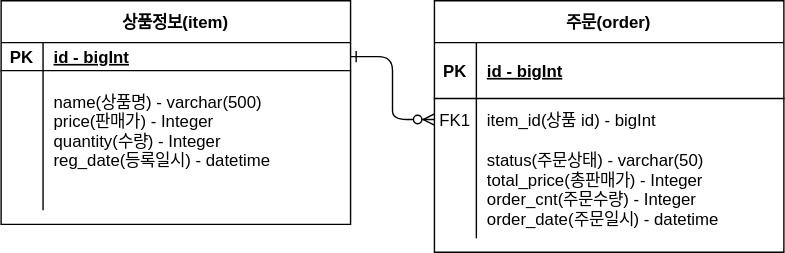
Above: document/#4 도메인설계하기.상품주문.svg in chaechaeyi/console_order_program (draw.io), before the change. Source tidied: cells renumbered, new cells last; positions are measured from the earlier drawing's top-left corner, leaving out a move shared by most shapes. Its diagram source:
```xml
<mxGraphModel>
  <root>
    <mxCell id="0" />
    <mxCell id="1" parent="0" />
    <mxCell id="2" style="edgeStyle=entityRelationEdgeStyle;endArrow=ERzeroToMany;startArrow=ERone;endFill=1;startFill=0;" parent="1" edge="1" source="14" target="7">
      <mxGeometry relative="1" as="geometry" />
    </mxCell>
    <mxCell id="3" value="주문(order)" style="shape=table;startSize=30;rowLines=0;fontStyle=1;align=center;" parent="1" vertex="1">
      <mxGeometry x="310" width="250" height="180" as="geometry" />
    </mxCell>
    <mxCell id="4" style="shape=partialRectangle;fillColor=none;top=0;left=0;right=0;bottom=1;" parent="3" vertex="1">
      <mxGeometry y="30" width="250" height="40" as="geometry" />
    </mxCell>
    <mxCell id="5" value="PK" style="shape=partialRectangle;overflow=hidden;fillColor=none;top=0;left=0;bottom=0;right=0;fontStyle=1;" parent="4" vertex="1">
      <mxGeometry width="30" height="40" as="geometry" />
    </mxCell>
    <mxCell id="6" value="id - bigInt" style="shape=partialRectangle;overflow=hidden;fillColor=none;top=0;left=0;bottom=0;right=0;align=left;spacingLeft=6;fontStyle=5;" parent="4" vertex="1">
      <mxGeometry x="30" width="220" height="40" as="geometry" />
    </mxCell>
    <mxCell id="7" style="shape=partialRectangle;fillColor=none;points=[[0,0.5],[1,0.5]];portConstraint=eastwest;top=0;left=0;right=0;bottom=0;" parent="3" vertex="1">
      <mxGeometry y="70" width="250" height="30" as="geometry" />
    </mxCell>
    <mxCell id="8" value="FK1" style="shape=partialRectangle;overflow=hidden;fillColor=none;top=0;left=0;bottom=0;right=0;" parent="7" vertex="1">
      <mxGeometry width="30" height="30" as="geometry" />
    </mxCell>
    <mxCell id="9" value="item_id(상품 id) - bigInt" style="shape=partialRectangle;overflow=hidden;fillColor=none;top=0;left=0;bottom=0;right=0;align=left;spacingLeft=6;" parent="7" vertex="1">
      <mxGeometry x="30" width="220" height="30" as="geometry" />
    </mxCell>
    <mxCell id="10" style="shape=partialRectangle;fillColor=none;top=0;left=0;right=0;bottom=0;" parent="3" vertex="1">
      <mxGeometry y="100" width="250" height="70" as="geometry" />
    </mxCell>
    <mxCell id="11" style="shape=partialRectangle;overflow=hidden;fillColor=none;top=0;left=0;bottom=0;right=0;" parent="10" vertex="1">
      <mxGeometry width="30" height="70" as="geometry" />
    </mxCell>
    <mxCell id="12" value="status(주문상태) - varchar(50)&#10;total_price(총판매가) - Integer&#10;order_cnt(주문수량) - Integer&#10;order_date(주문일시) - datetime" style="shape=partialRectangle;overflow=hidden;fillColor=none;top=0;left=0;bottom=0;right=0;align=left;spacingLeft=6;" parent="10" vertex="1">
      <mxGeometry x="30" width="220" height="70" as="geometry" />
    </mxCell>
    <mxCell id="13" value="상품정보(item)" style="shape=table;startSize=30;rowLines=0;fontStyle=1;align=center;" parent="1" vertex="1">
      <mxGeometry width="250" height="160" as="geometry" />
    </mxCell>
    <mxCell id="14" style="shape=partialRectangle;fillColor=none;points=[[0,0.5],[1,0.5]];portConstraint=eastwest;top=0;left=0;right=0;bottom=1;" parent="13" vertex="1">
      <mxGeometry y="30" width="250" height="20" as="geometry" />
    </mxCell>
    <mxCell id="15" value="PK" style="shape=partialRectangle;overflow=hidden;fillColor=none;top=0;left=0;bottom=0;right=0;fontStyle=1;" parent="14" vertex="1">
      <mxGeometry width="30" height="20" as="geometry" />
    </mxCell>
    <mxCell id="16" value="id - bigInt" style="shape=partialRectangle;overflow=hidden;fillColor=none;top=0;left=0;bottom=0;right=0;align=left;spacingLeft=6;fontStyle=5;" parent="14" vertex="1">
      <mxGeometry x="30" width="220" height="20" as="geometry" />
    </mxCell>
    <mxCell id="17" style="shape=partialRectangle;fillColor=none;top=0;left=0;right=0;bottom=0;" parent="13" vertex="1">
      <mxGeometry y="50" width="250" height="100" as="geometry" />
    </mxCell>
    <mxCell id="18" style="shape=partialRectangle;overflow=hidden;fillColor=none;top=0;left=0;bottom=0;right=0;" parent="17" vertex="1">
      <mxGeometry width="30" height="100" as="geometry" />
    </mxCell>
    <mxCell id="19" value="&#10;name(상품명) - varchar(500)  &#10;price(판매가) - Integer&#10;quantity(수량) - Integer&#10;reg_date(등록일시) - datetime&#10;&#10;" style="shape=partialRectangle;overflow=hidden;fillColor=none;top=0;left=0;bottom=0;right=0;align=left;spacingLeft=6;" parent="17" vertex="1">
      <mxGeometry x="30" width="220" height="100" as="geometry" />
    </mxCell>
  </root>
</mxGraphModel>
```
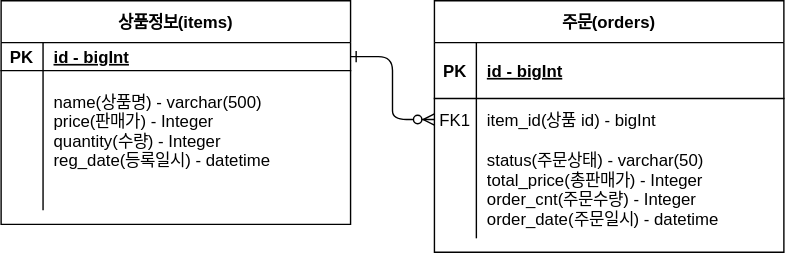
The same file after the commit.

The edit, as a diff of the source:
```diff
@@ -5,7 +5,7 @@
     <mxCell id="2" style="edgeStyle=entityRelationEdgeStyle;endArrow=ERzeroToMany;startArrow=ERone;endFill=1;startFill=0;" parent="1" edge="1" source="14" target="7">
       <mxGeometry relative="1" as="geometry" />
     </mxCell>
-    <mxCell id="3" value="주문(order)" style="shape=table;startSize=30;rowLines=0;fontStyle=1;align=center;" parent="1" vertex="1">
+    <mxCell id="3" value="주문(orders)" style="shape=table;startSize=30;rowLines=0;fontStyle=1;align=center;" parent="1" vertex="1">
       <mxGeometry x="310" width="250" height="180" as="geometry" />
     </mxCell>
     <mxCell id="4" style="shape=partialRectangle;fillColor=none;top=0;left=0;right=0;bottom=1;" parent="3" vertex="1">
@@ -35,7 +35,7 @@
     <mxCell id="12" value="status(주문상태) - varchar(50)&#10;total_price(총판매가) - Integer&#10;order_cnt(주문수량) - Integer&#10;order_date(주문일시) - datetime" style="shape=partialRectangle;overflow=hidden;fillColor=none;top=0;left=0;bottom=0;right=0;align=left;spacingLeft=6;" parent="10" vertex="1">
       <mxGeometry x="30" width="220" height="70" as="geometry" />
     </mxCell>
-    <mxCell id="13" value="상품정보(item)" style="shape=table;startSize=30;rowLines=0;fontStyle=1;align=center;" parent="1" vertex="1">
+    <mxCell id="13" value="상품정보(items)" style="shape=table;startSize=30;rowLines=0;fontStyle=1;align=center;" parent="1" vertex="1">
       <mxGeometry width="250" height="160" as="geometry" />
     </mxCell>
     <mxCell id="14" style="shape=partialRectangle;fillColor=none;points=[[0,0.5],[1,0.5]];portConstraint=eastwest;top=0;left=0;right=0;bottom=1;" parent="13" vertex="1">
```
